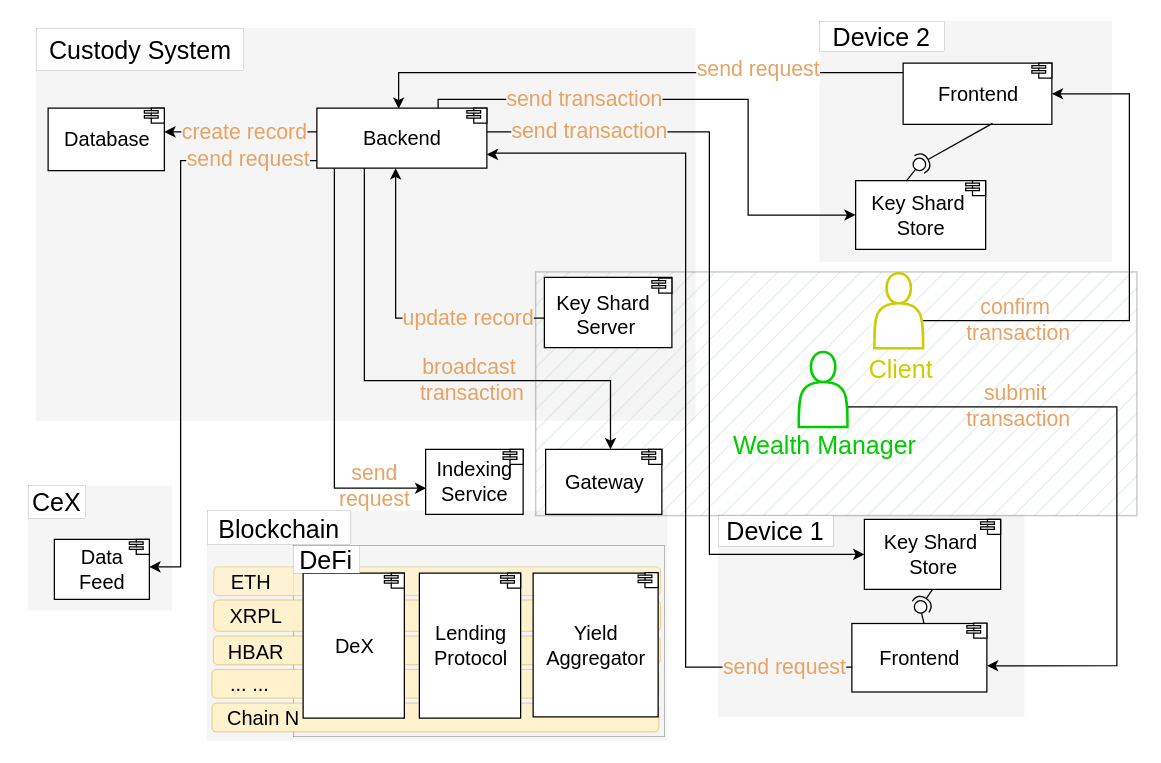
Earlier version of the draw.io diagram page "architecture" (2 of 13) of drawio-diagrams/wallet_architecture.drawio (dlt-science/crypto-mpc-wallet-bloom). Source tidied: cells renumbered, new cells numbered last; positions are measured from the earlier drawing's top-left corner, leaving out a move shared by most shapes. Both pictures are drawn from the tidied source at 125%, with x=0, y=0 at pixel (26, 21).
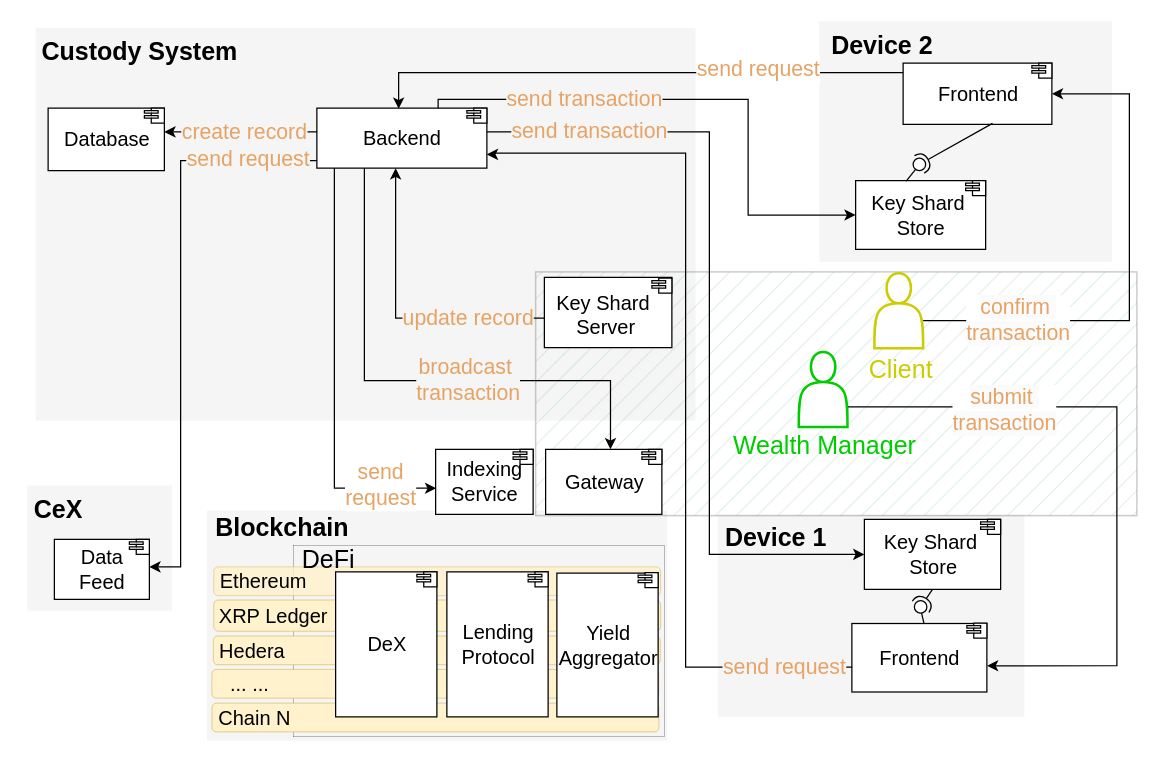
Above is the later version.

The change refers to these unchanged cells:
```xml
<mxCell id="21" style="edgeStyle=orthogonalEdgeStyle;rounded=0;jettySize=auto;html=1;entryX=1;entryY=0.5;entryDx=0;entryDy=0;strokeColor=#000000;" parent="1" edge="1" source="23" target="19">
  <mxGeometry relative="1" as="geometry">
    <Array as="points">
      <mxPoint x="882" y="239" />
      <mxPoint x="882" y="57" />
    </Array>
  </mxGeometry>
</mxCell>
<mxCell id="25" style="edgeStyle=orthogonalEdgeStyle;rounded=0;jettySize=auto;html=1;entryX=1.001;entryY=0.617;entryDx=0;entryDy=0;entryPerimeter=0;strokeColor=#000000;" parent="1" edge="1" target="20">
  <mxGeometry relative="1" as="geometry">
    <mxPoint x="657" y="308" as="sourcePoint" />
    <Array as="points">
      <mxPoint x="657" y="308" />
      <mxPoint x="872" y="308" />
      <mxPoint x="872" y="515" />
    </Array>
  </mxGeometry>
</mxCell>
```

Change to the diagram source:
```diff
@@
     <mxCell id="14" value="&lt;font style=&quot;font-size: 16px;&quot;&gt;Indexing&lt;br&gt;Service&lt;/font&gt;" style="html=1;align=center;verticalAlign=middle;dashed=0;" parent="1" vertex="1">
-      <mxGeometry x="319" y="342" width="78" height="52" as="geometry" />
+      <mxGeometry x="327" y="342" width="78" height="52" as="geometry" />
     </mxCell>
@@
-    <mxCell id="22" value="&lt;div style=&quot;font-size: 12px;&quot;&gt;&lt;span style=&quot;font-size: 17px;&quot;&gt;&lt;font color=&quot;#e6a365&quot;&gt;confirm&amp;nbsp;&lt;/font&gt;&lt;/span&gt;&lt;/div&gt;&lt;div style=&quot;font-size: 12px;&quot;&gt;&lt;span style=&quot;color: rgb(230, 163, 101); font-size: 17px;&quot;&gt;t&lt;/span&gt;&lt;span style=&quot;color: rgb(230, 163, 101); font-size: 17px;&quot;&gt;ransaction&lt;/span&gt;&lt;/div&gt;" style="edgeLabel;html=1;align=center;verticalAlign=middle;labelBackgroundColor=none;" parent="21" vertex="1">
+    <mxCell id="22" value="&lt;div style=&quot;font-size: 12px;&quot;&gt;&lt;span style=&quot;background-color: rgb(251, 251, 251); color: rgb(230, 163, 101); font-size: 17px;&quot;&gt;confirm&amp;nbsp;&lt;/span&gt;&lt;div style=&quot;background-color: rgb(251, 251, 251); font-size: 11px;&quot;&gt;&lt;span style=&quot;color: rgb(230, 163, 101); font-size: 17px;&quot;&gt;t&lt;/span&gt;&lt;span style=&quot;color: rgb(230, 163, 101); font-size: 17px;&quot;&gt;ransaction&lt;/span&gt;&lt;/div&gt;&lt;/div&gt;" style="edgeLabel;html=1;align=center;verticalAlign=middle;labelBackgroundColor=default;" parent="21" vertex="1">
       <mxGeometry x="-0.74" y="-1" relative="1" as="geometry">
         <mxPoint x="22" y="-2" as="offset" />
       </mxGeometry>
     </mxCell>
@@
-    <mxCell id="26" value="&lt;span style=&quot;color: rgb(230, 163, 101); font-size: 17px;&quot;&gt;submit&amp;nbsp;&lt;/span&gt;&lt;div&gt;&lt;span style=&quot;color: rgb(230, 163, 101); font-size: 17px;&quot;&gt;t&lt;/span&gt;&lt;span style=&quot;color: rgb(230, 163, 101); font-size: 17px;&quot;&gt;ransaction&lt;/span&gt;&lt;/div&gt;" style="edgeLabel;html=1;align=center;verticalAlign=middle;labelBackgroundColor=none;" parent="25" vertex="1">
-      <mxGeometry x="-0.28" y="-1" relative="1" as="geometry">
-        <mxPoint x="-54" y="-2" as="offset" />
-      </mxGeometry>
+    <mxCell id="26" value="&lt;span style=&quot;background-color: rgb(251, 251, 251); color: rgb(230, 163, 101); font-size: 17px;&quot;&gt;submit&amp;nbsp;&lt;/span&gt;&lt;div style=&quot;background-color: rgb(251, 251, 251);&quot;&gt;&lt;span style=&quot;color: rgb(230, 163, 101); font-size: 17px;&quot;&gt;t&lt;/span&gt;&lt;span style=&quot;color: rgb(230, 163, 101); font-size: 17px;&quot;&gt;ransaction&lt;/span&gt;&lt;/div&gt;" style="edgeLabel;html=1;align=center;verticalAlign=middle;" parent="25" vertex="1">
+      <mxGeometry x="-0.53" y="-2" relative="1" as="geometry" />
     </mxCell>
@@
     <mxCell id="35" style="shape=module;jettyWidth=11;jettyHeight=2;" parent="1" vertex="1">
-      <mxGeometry x="381" y="342" width="16" height="12" as="geometry" />
+      <mxGeometry x="389" y="342" width="16" height="12" as="geometry" />
     </mxCell>
@@
-    <mxCell id="52" value="&lt;font color=&quot;#e6a365&quot;&gt;&lt;span style=&quot;font-size: 17px;&quot;&gt;send&lt;/span&gt;&lt;/font&gt;&lt;br&gt;&lt;div&gt;&lt;span style=&quot;font-size: 17px;&quot;&gt;&lt;font color=&quot;#e6a365&quot;&gt;request&lt;/font&gt;&lt;/span&gt;&lt;/div&gt;" style="edgeLabel;html=1;align=center;verticalAlign=middle;labelBackgroundColor=none;" parent="1" vertex="1">
-      <mxGeometry x="279" y="368" as="geometry">
-        <mxPoint x="-2" y="3" as="offset" />
-      </mxGeometry>
-    </mxCell>
-    <mxCell id="53" value="&lt;span style=&quot;font-size: 17px;&quot;&gt;&lt;font color=&quot;#e6a365&quot;&gt;broadcast&amp;nbsp;&lt;/font&gt;&lt;/span&gt;&lt;div&gt;&lt;span style=&quot;color: rgb(230, 163, 101); font-size: 17px; background-color: initial;&quot;&gt;transaction&lt;/span&gt;&lt;/div&gt;" style="edgeLabel;html=1;align=center;verticalAlign=middle;labelBackgroundColor=none;" parent="1" vertex="1">
-      <mxGeometry x="357" y="283.5" as="geometry">
+    <mxCell id="53" value="&lt;span style=&quot;font-size: 17px;&quot;&gt;&lt;font color=&quot;#e6a365&quot;&gt;broadcast&amp;nbsp;&lt;/font&gt;&lt;/span&gt;&lt;div&gt;&lt;span style=&quot;color: rgb(230, 163, 101); font-size: 17px;&quot;&gt;transaction&lt;/span&gt;&lt;/div&gt;" style="edgeLabel;html=1;align=center;verticalAlign=middle;labelBackgroundColor=#F5F5F5;" parent="1" vertex="1">
+      <mxGeometry x="354" y="283.5" as="geometry">
         <mxPoint x="-2" y="3" as="offset" />
       </mxGeometry>
     </mxCell>
@@
-    <mxCell id="62" value="&lt;span style=&quot;font-size: 20px; text-align: left;&quot;&gt;Custody System&lt;/span&gt;" style="rounded=0;whiteSpace=wrap;html=1;strokeWidth=0;" parent="1" vertex="1">
-      <mxGeometry x="7.5" y="5" width="166" height="34" as="geometry" />
-    </mxCell>
-    <mxCell id="63" value="&lt;span style=&quot;font-size: 20px; text-align: left;&quot;&gt;CeX&lt;/span&gt;" style="rounded=0;whiteSpace=wrap;html=1;strokeWidth=0;" parent="1" vertex="1">
-      <mxGeometry x="1" y="371" width="46" height="26" as="geometry" />
-    </mxCell>
-    <mxCell id="64" value="&lt;span style=&quot;font-size: 20px; text-align: left;&quot;&gt;Blockchain&lt;/span&gt;" style="rounded=0;whiteSpace=wrap;html=1;strokeWidth=0;" parent="1" vertex="1">
-      <mxGeometry x="144.5" y="391" width="114.4" height="27" as="geometry" />
-    </mxCell>
@@
-    <mxCell id="69" value="&lt;font style=&quot;font-size: 16px;&quot;&gt;ETH&lt;/font&gt;" style="text;html=1;align=center;verticalAlign=middle;strokeColor=none;fillColor=none;" parent="1" vertex="1">
-      <mxGeometry x="153.5" y="432" width="50" height="31" as="geometry" />
+    <mxCell id="69" value="&lt;font style=&quot;font-size: 16px;&quot;&gt;Ethereum&lt;/font&gt;" style="text;html=1;align=center;verticalAlign=middle;strokeColor=none;fillColor=none;" parent="1" vertex="1">
+      <mxGeometry x="145.1" y="431.5" width="87" height="31" as="geometry" />
     </mxCell>
-    <mxCell id="70" value="&lt;font style=&quot;font-size: 16px;&quot;&gt;XRPL&lt;/font&gt;" style="text;html=1;align=center;verticalAlign=middle;strokeColor=none;fillColor=none;" parent="1" vertex="1">
-      <mxGeometry x="152.5" y="459" width="60" height="31" as="geometry" />
+    <mxCell id="70" value="&lt;font style=&quot;font-size: 16px;&quot;&gt;XRP Ledger&lt;/font&gt;" style="text;html=1;align=center;verticalAlign=middle;strokeColor=none;fillColor=none;" parent="1" vertex="1">
+      <mxGeometry x="144.1" y="459.5" width="105" height="31" as="geometry" />
     </mxCell>
-    <mxCell id="71" value="&lt;font style=&quot;font-size: 16px;&quot;&gt;HBAR&lt;/font&gt;" style="text;html=1;align=center;verticalAlign=middle;strokeColor=none;fillColor=none;" parent="1" vertex="1">
-      <mxGeometry x="152.2" y="488.5" width="62" height="31" as="geometry" />
+    <mxCell id="71" value="&lt;font style=&quot;font-size: 16px;&quot;&gt;Hedera&lt;/font&gt;" style="text;html=1;align=center;verticalAlign=middle;strokeColor=none;fillColor=none;" parent="1" vertex="1">
+      <mxGeometry x="145.1" y="487.5" width="70" height="31" as="geometry" />
     </mxCell>
@@
     <mxCell id="75" value="&lt;span style=&quot;font-size: 16px;&quot;&gt;Chain N&lt;/span&gt;" style="text;html=1;align=center;verticalAlign=middle;strokeColor=none;fillColor=none;" parent="1" vertex="1">
-      <mxGeometry x="150.6" y="541" width="76" height="31" as="geometry" />
+      <mxGeometry x="144.1" y="541" width="76" height="31" as="geometry" />
     </mxCell>
     <mxCell id="76" value="&lt;font style=&quot;font-size: 16px;&quot;&gt;DeX&lt;/font&gt;" style="html=1;" parent="1" vertex="1">
-      <mxGeometry x="221" y="441" width="81" height="116" as="geometry" />
+      <mxGeometry x="247" y="440" width="81" height="116" as="geometry" />
     </mxCell>
     <mxCell id="77" style="shape=module;jettyWidth=11;jettyHeight=2;" parent="1" vertex="1">
-      <mxGeometry x="286" y="441" width="16" height="12" as="geometry" />
+      <mxGeometry x="312" y="440" width="16" height="12" as="geometry" />
     </mxCell>
     <mxCell id="78" value="&lt;div&gt;&lt;span style=&quot;background-color: initial;&quot;&gt;&lt;font style=&quot;font-size: 16px;&quot;&gt;Lending&lt;/font&gt;&lt;/span&gt;&lt;/div&gt;&lt;div&gt;&lt;font style=&quot;font-size: 16px;&quot;&gt;Protocol&lt;/font&gt;&lt;/div&gt;" style="html=1;" parent="1" vertex="1">
-      <mxGeometry x="314" y="441" width="81" height="116" as="geometry" />
+      <mxGeometry x="336" y="440" width="81" height="116" as="geometry" />
     </mxCell>
     <mxCell id="79" style="shape=module;jettyWidth=11;jettyHeight=2;" parent="1" vertex="1">
-      <mxGeometry x="379" y="441" width="16" height="12" as="geometry" />
+      <mxGeometry x="401" y="440" width="16" height="12" as="geometry" />
     </mxCell>
     <mxCell id="80" value="&lt;div&gt;&lt;span style=&quot;background-color: initial;&quot;&gt;&lt;font style=&quot;font-size: 16px;&quot;&gt;Yield&lt;/font&gt;&lt;/span&gt;&lt;/div&gt;&lt;div&gt;&lt;span style=&quot;background-color: initial;&quot;&gt;&lt;font style=&quot;font-size: 16px;&quot;&gt;Aggregator&lt;/font&gt;&lt;/span&gt;&lt;/div&gt;" style="html=1;" parent="1" vertex="1">
-      <mxGeometry x="405" y="441" width="100" height="115" as="geometry" />
+      <mxGeometry x="424" y="441" width="81" height="115" as="geometry" />
     </mxCell>
@@
+    <mxCell id="62" value="&lt;font style=&quot;font-size: 20px;&quot;&gt;&lt;b&gt;Custody System&lt;/b&gt;&lt;/font&gt;" style="text;html=1;align=center;verticalAlign=middle;strokeColor=none;fillColor=none;" parent="1" vertex="1">
+      <mxGeometry x="2" y="4.8" width="175" height="36" as="geometry" />
+    </mxCell>
+    <mxCell id="63" value="&lt;font style=&quot;font-size: 20px;&quot;&gt;&lt;b&gt;CeX&lt;/b&gt;&lt;/font&gt;" style="text;html=1;align=center;verticalAlign=middle;strokeColor=none;fillColor=none;" parent="1" vertex="1">
+      <mxGeometry x="-4" y="371" width="57" height="36" as="geometry" />
+    </mxCell>
+    <mxCell id="64" value="&lt;font style=&quot;font-size: 20px;&quot;&gt;&lt;b&gt;Blockchain&lt;/b&gt;&lt;/font&gt;" style="text;html=1;align=center;verticalAlign=middle;strokeColor=none;fillColor=none;" parent="1" vertex="1">
+      <mxGeometry x="141.4" y="386" width="125" height="36" as="geometry" />
+    </mxCell>
+    <mxCell id="84" value="&lt;font style=&quot;font-size: 20px;&quot;&gt;&lt;b&gt;Device 1&lt;/b&gt;&lt;/font&gt;" style="text;html=1;align=center;verticalAlign=middle;strokeColor=none;fillColor=none;" parent="1" vertex="1">
+      <mxGeometry x="549.5" y="394" width="99" height="36" as="geometry" />
+    </mxCell>
+    <mxCell id="83" value="&lt;font style=&quot;font-size: 20px;&quot;&gt;&lt;b&gt;Device 2&lt;/b&gt;&lt;/font&gt;" style="text;html=1;align=center;verticalAlign=middle;strokeColor=none;fillColor=none;" parent="1" vertex="1">
+      <mxGeometry x="634" y="-0.5" width="99" height="36" as="geometry" />
+    </mxCell>
-    <mxCell id="82" value="&lt;span style=&quot;font-size: 20px; text-align: left;&quot;&gt;DeFi&lt;/span&gt;" style="rounded=0;whiteSpace=wrap;html=1;strokeWidth=0;" parent="1" vertex="1">
-      <mxGeometry x="213" y="419" width="53.4" height="22" as="geometry" />
+    <mxCell id="82" value="&lt;font style=&quot;font-size: 20px;&quot;&gt;DeFi&lt;/font&gt;" style="text;html=1;align=center;verticalAlign=middle;strokeColor=none;fillColor=none;" parent="1" vertex="1">
+      <mxGeometry x="211.4" y="411" width="60" height="36" as="geometry" />
     </mxCell>
-    <mxCell id="83" value="&lt;span style=&quot;font-size: 20px; text-align: left;&quot;&gt;Device 2&lt;/span&gt;" style="rounded=0;whiteSpace=wrap;html=1;strokeWidth=0;" parent="1" vertex="1">
-      <mxGeometry x="634" y="-0.5" width="100" height="24.5" as="geometry" />
-    </mxCell>
-    <mxCell id="84" value="&lt;span style=&quot;font-size: 20px; text-align: left;&quot;&gt;Device 1&lt;/span&gt;" style="rounded=0;whiteSpace=wrap;html=1;strokeWidth=0;" parent="1" vertex="1">
-      <mxGeometry x="553" y="395" width="92" height="24.5" as="geometry" />
-    </mxCell>
+    <mxCell id="52" value="&lt;font color=&quot;#e6a365&quot;&gt;&lt;span style=&quot;font-size: 17px;&quot;&gt;send&lt;/span&gt;&lt;/font&gt;&lt;br&gt;&lt;div&gt;&lt;span style=&quot;font-size: 17px;&quot;&gt;&lt;font color=&quot;#e6a365&quot;&gt;request&lt;/font&gt;&lt;/span&gt;&lt;/div&gt;" style="edgeLabel;html=1;align=center;verticalAlign=middle;labelBackgroundColor=default;" parent="1" vertex="1">
+      <mxGeometry x="284" y="367" as="geometry">
+        <mxPoint x="-2" y="3" as="offset" />
+      </mxGeometry>
+    </mxCell>
```
